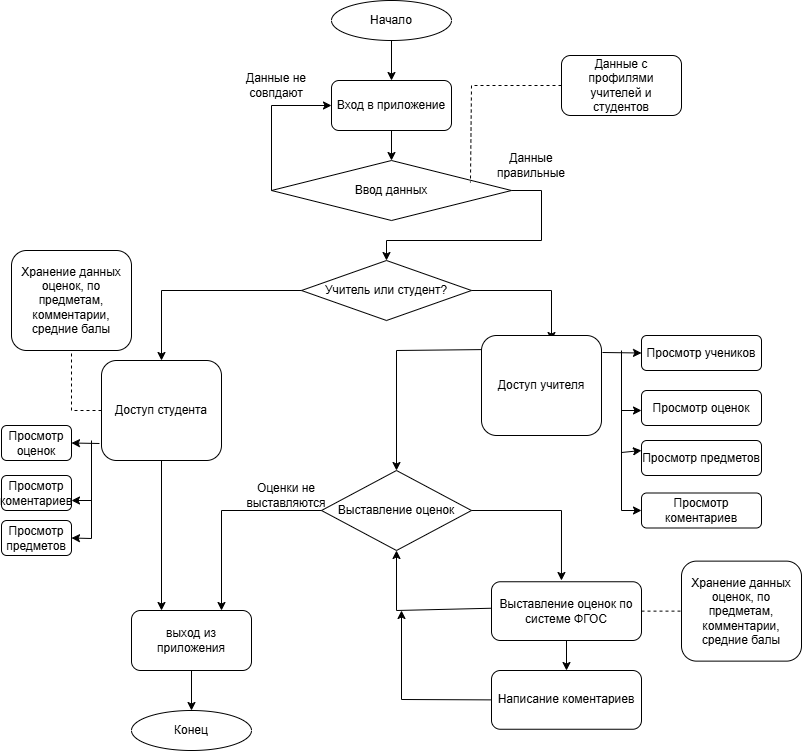
This is логикаАлексеев.png from PKO001Classroom/PKOvchinnikova_21IS_4semestr_AlekseevDmitriy, a draw.io export, as it was before one commit. Source tidied: cells renumbered, new cells last; positions are measured from the earlier drawing's top-left corner, leaving out a move shared by most shapes.
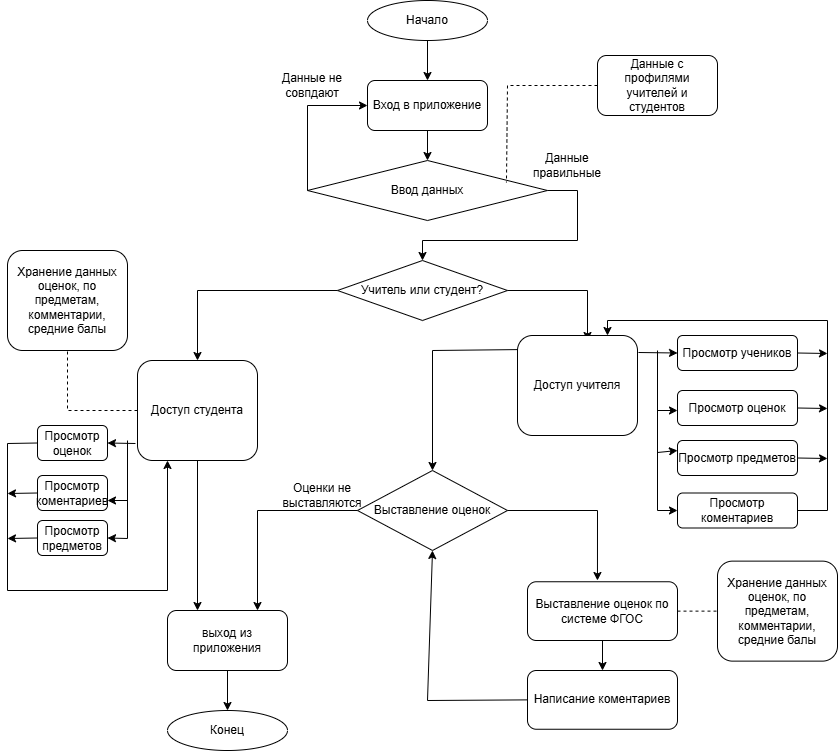
The same diagram one commit later.

The edit, as a diff of the source:
```diff
@@ -101,13 +101,6 @@
         </Array>
       </mxGeometry>
     </mxCell>
-    <mxCell id="20" style="endArrow=classic;html=1;rounded=0;exitX=0.013;exitY=0.45;exitDx=0;exitDy=0;entryX=0.5;entryY=1;entryDx=0;entryDy=0;exitPerimeter=0;" parent="1" edge="1" source="23" target="12">
-      <mxGeometry relative="1" as="geometry">
-        <Array as="points">
-          <mxPoint x="395" y="610" />
-        </Array>
-      </mxGeometry>
-    </mxCell>
     <mxCell id="21" value="Доступ студента" style="rounded=1;whiteSpace=wrap;html=1;" parent="1" vertex="1">
       <mxGeometry x="100" y="360" width="120" height="100" as="geometry" />
     </mxCell>
@@ -143,15 +136,8 @@
       <mxGeometry relative="1" as="geometry" />
     </mxCell>
     <mxCell id="31" value="Хранение данных оценок, по предметам, комментарии, средние балы" style="rounded=1;whiteSpace=wrap;html=1;" parent="1" vertex="1">
-      <mxGeometry x="10" y="250" width="120" height="100" as="geometry" />
+      <mxGeometry x="-30" y="250" width="120" height="100" as="geometry" />
     </mxCell>
-    <mxCell id="32" style="endArrow=none;dashed=1;html=1;rounded=0;exitX=0;exitY=0.5;exitDx=0;exitDy=0;entryX=0.5;entryY=1;entryDx=0;entryDy=0;" parent="1" edge="1" source="21" target="31">
-      <mxGeometry relative="1" as="geometry">
-        <Array as="points">
-          <mxPoint x="70" y="410" />
-        </Array>
-      </mxGeometry>
-    </mxCell>
     <mxCell id="33" value="Просмотр учеников" style="rounded=1;whiteSpace=wrap;html=1;" parent="1" vertex="1">
       <mxGeometry x="640" y="335" width="120" height="35" as="geometry" />
     </mxCell>
@@ -216,16 +202,65 @@
     <mxCell id="47" value="Написание коментариев" style="rounded=1;whiteSpace=wrap;html=1;" parent="1" vertex="1">
       <mxGeometry x="490" y="670" width="150" height="58.8" as="geometry" />
     </mxCell>
-    <mxCell id="48" style="endArrow=classic;html=1;rounded=0;exitX=0;exitY=0.5;exitDx=0;exitDy=0;" parent="1" edge="1" source="47">
+    <mxCell id="48" style="endArrow=classic;html=1;rounded=0;exitX=0;exitY=0.5;exitDx=0;exitDy=0;entryX=0.5;entryY=1;entryDx=0;entryDy=0;" parent="1" edge="1" source="47" target="12">
       <mxGeometry relative="1" as="geometry">
-        <mxPoint x="400" y="610" as="targetPoint" />
         <Array as="points">
-          <mxPoint x="400" y="699" />
+          <mxPoint x="390" y="700" />
         </Array>
       </mxGeometry>
     </mxCell>
     <mxCell id="49" style="endArrow=classic;html=1;rounded=0;exitX=0.5;exitY=1;exitDx=0;exitDy=0;entryX=0.5;entryY=0;entryDx=0;entryDy=0;" parent="1" edge="1" source="23" target="47">
       <mxGeometry relative="1" as="geometry" />
     </mxCell>
+    <mxCell id="50" style="endArrow=classic;html=1;rounded=0;exitX=1;exitY=0.5;exitDx=0;exitDy=0;entryX=0.75;entryY=0;entryDx=0;entryDy=0;" parent="1" edge="1" source="36" target="22">
+      <mxGeometry relative="1" as="geometry">
+        <Array as="points">
+          <mxPoint x="790" y="510" />
+          <mxPoint x="790" y="320" />
+          <mxPoint x="570" y="320" />
+        </Array>
+      </mxGeometry>
+    </mxCell>
+    <mxCell id="51" style="endArrow=classic;html=1;rounded=0;exitX=1;exitY=0.5;exitDx=0;exitDy=0;" parent="1" edge="1" source="35">
+      <mxGeometry relative="1" as="geometry">
+        <mxPoint x="790" y="458" as="targetPoint" />
+      </mxGeometry>
+    </mxCell>
+    <mxCell id="52" style="endArrow=classic;html=1;rounded=0;exitX=1;exitY=0.5;exitDx=0;exitDy=0;" parent="1" edge="1" source="34">
+      <mxGeometry relative="1" as="geometry">
+        <mxPoint x="790" y="408" as="targetPoint" />
+      </mxGeometry>
+    </mxCell>
+    <mxCell id="53" style="endArrow=classic;html=1;rounded=0;exitX=1;exitY=0.5;exitDx=0;exitDy=0;" parent="1" edge="1" source="33">
+      <mxGeometry relative="1" as="geometry">
+        <mxPoint x="790" y="353" as="targetPoint" />
+      </mxGeometry>
+    </mxCell>
+    <mxCell id="54" style="endArrow=classic;html=1;rounded=0;exitX=0;exitY=0.5;exitDx=0;exitDy=0;entryX=0.25;entryY=1;entryDx=0;entryDy=0;" parent="1" edge="1" source="41" target="21">
+      <mxGeometry relative="1" as="geometry">
+        <Array as="points">
+          <mxPoint x="-30" y="443" />
+          <mxPoint x="-30" y="590" />
+          <mxPoint x="130" y="590" />
+        </Array>
+      </mxGeometry>
+    </mxCell>
+    <mxCell id="55" style="endArrow=classic;html=1;rounded=0;exitX=0;exitY=0.5;exitDx=0;exitDy=0;" parent="1" edge="1" source="42">
+      <mxGeometry relative="1" as="geometry">
+        <mxPoint x="-30" y="493" as="targetPoint" />
+      </mxGeometry>
+    </mxCell>
+    <mxCell id="56" style="endArrow=classic;html=1;rounded=0;exitX=0;exitY=0.5;exitDx=0;exitDy=0;" parent="1" edge="1" source="43">
+      <mxGeometry relative="1" as="geometry">
+        <mxPoint x="-30" y="538" as="targetPoint" />
+      </mxGeometry>
+    </mxCell>
+    <mxCell id="32" style="endArrow=none;dashed=1;html=1;rounded=0;exitX=0;exitY=0.5;exitDx=0;exitDy=0;entryX=0.5;entryY=1;entryDx=0;entryDy=0;" parent="1" edge="1" source="21" target="31">
+      <mxGeometry relative="1" as="geometry">
+        <Array as="points">
+          <mxPoint x="30" y="410" />
+        </Array>
+      </mxGeometry>
+    </mxCell>
   </root>
 </mxGraphModel>
```
